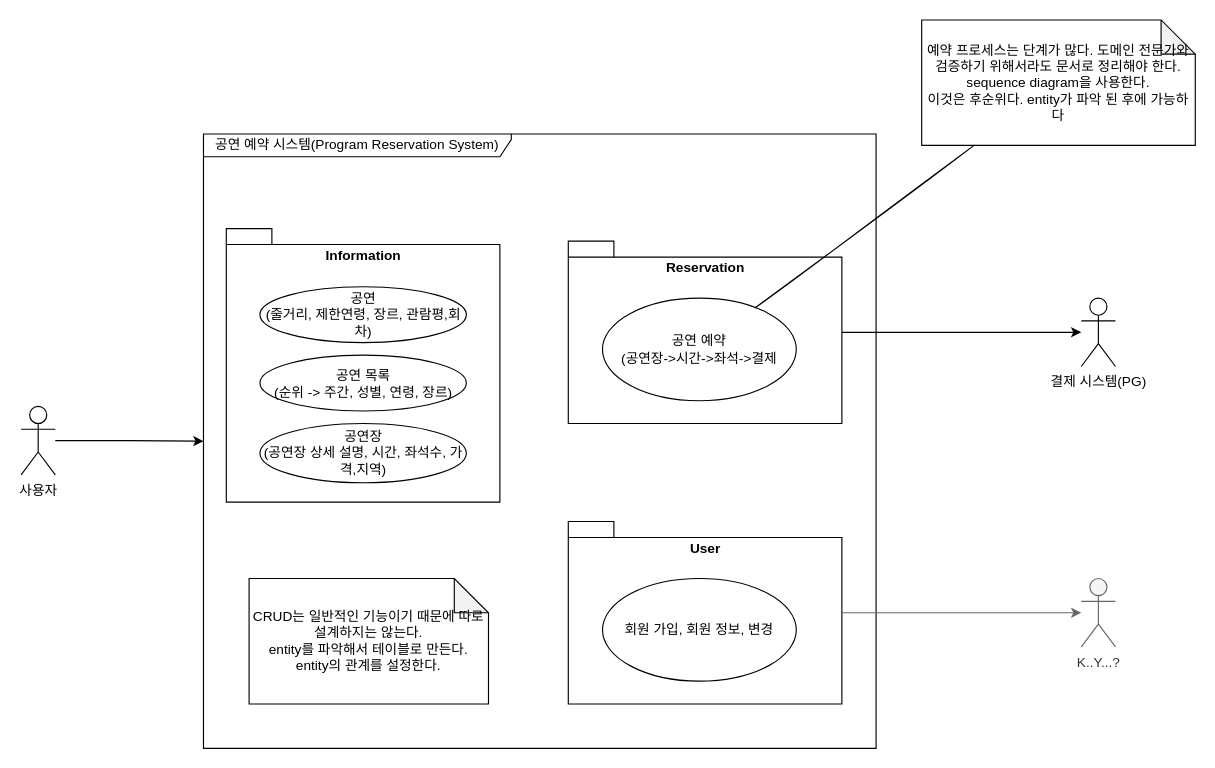
This is page "ST2" (3 of 3) of requirements.drawio from hunjuly/rehearsal, a draw.io file, before an edit. Source tidied: cells renumbered, new cells numbered last; positions are measured from the earlier drawing's top-left corner, leaving out a move shared by most shapes. Both pictures are drawn from the tidied source at 114%, with x=0, y=0 at pixel (21, 19).
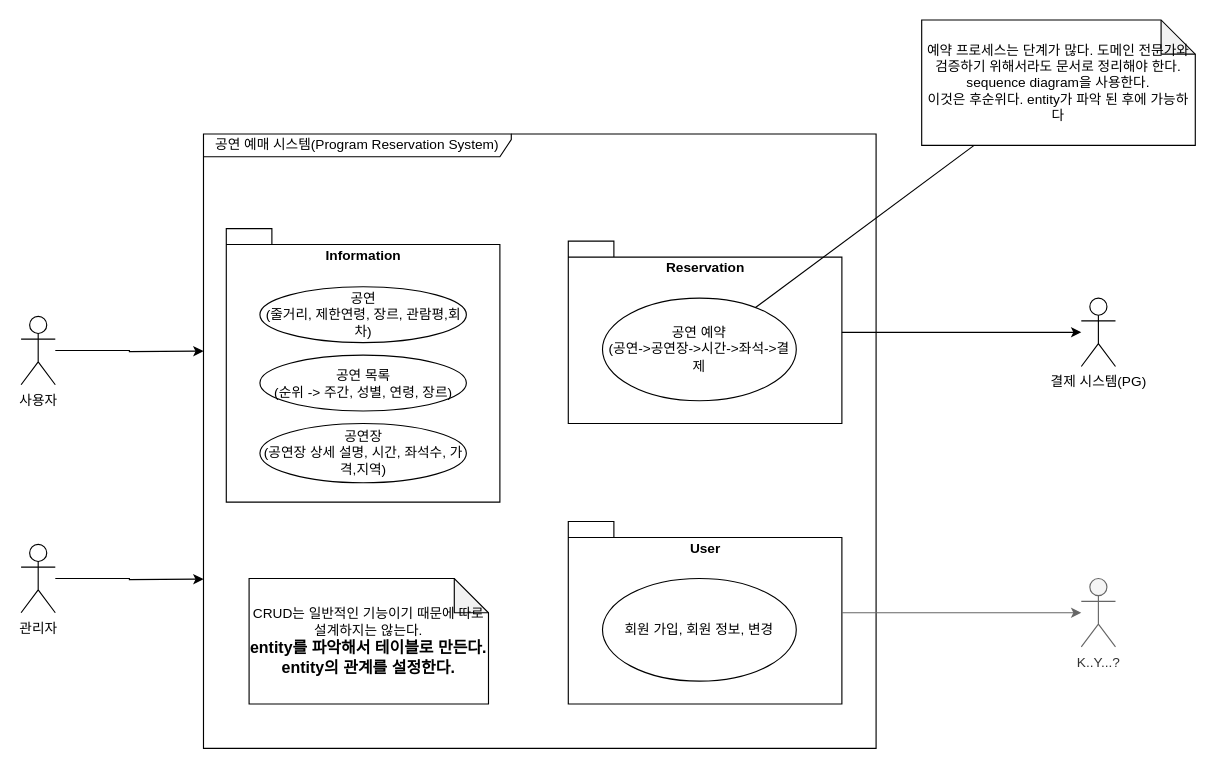
Above is the later version.

The change refers to these unchanged cells:
```xml
<mxCell id="5" style="group;" parent="1" vertex="1">
  <mxGeometry x="480" y="194" width="240" height="160" as="geometry" />
</mxCell>
<mxCell id="20" value="예약 프로세스는 단계가 많다. 도메인 전문가와 검증하기 위해서라도 문서로 정리해야 한다.&lt;br&gt;sequence diagram을 사용한다.&lt;br&gt;이것은 후순위다. entity가 파악 된 후에 가능하다" style="shape=note;whiteSpace=wrap;html=1;backgroundOutline=1;darkOpacity=0.05;shadow=0;strokeColor=default;" parent="1" vertex="1">
  <mxGeometry x="790" width="240" height="110" as="geometry" />
</mxCell>
```

The edit, as a diff of the source:
```diff
@@
-    <mxCell id="2" value="공연 예약 시스템(Program Reservation System)" style="shape=umlFrame;whiteSpace=wrap;html=1;width=270;height=20;" parent="1" vertex="1">
+    <mxCell id="2" value="공연 예매 시스템(Program Reservation System)" style="shape=umlFrame;whiteSpace=wrap;html=1;width=270;height=20;" parent="1" vertex="1">
       <mxGeometry x="160" y="100" width="590" height="539" as="geometry" />
     </mxCell>
-    <mxCell id="3" style="edgeStyle=orthogonalEdgeStyle;rounded=0;jettySize=auto;html=1;" parent="1" edge="1" source="4" target="2">
-      <mxGeometry relative="1" as="geometry" />
+    <mxCell id="3" style="edgeStyle=orthogonalEdgeStyle;rounded=0;jettySize=auto;html=1;" parent="1" edge="1" source="4">
+      <mxGeometry relative="1" as="geometry">
+        <mxPoint x="160" y="290.5" as="targetPoint" />
+      </mxGeometry>
     </mxCell>
     <mxCell id="4" value="사용자" style="shape=umlActor;verticalLabelPosition=bottom;verticalAlign=top;html=1;outlineConnect=0;" parent="1" vertex="1">
-      <mxGeometry y="339" width="30" height="60" as="geometry" />
+      <mxGeometry y="260" width="30" height="60" as="geometry" />
     </mxCell>
@@
-    <mxCell id="7" value="공연 예약&lt;br&gt;(공연장-&amp;gt;시간-&amp;gt;좌석-&amp;gt;결제" style="ellipse;whiteSpace=wrap;html=1;" parent="5" vertex="1">
+    <mxCell id="7" value="공연 예약&lt;br&gt;(공연-&amp;gt;공연장-&amp;gt;시간-&amp;gt;좌석-&amp;gt;결제" style="ellipse;whiteSpace=wrap;html=1;" parent="5" vertex="1">
       <mxGeometry x="30" y="50" width="170" height="90" as="geometry" />
     </mxCell>
@@
-    <mxCell id="19" value="CRUD는 일반적인 기능이기 때문에 따로 설계하지는 않는다.&lt;br&gt;entity를 파악해서 테이블로 만든다.&lt;br&gt;entity의 관계를 설정한다." style="shape=note;whiteSpace=wrap;html=1;backgroundOutline=1;darkOpacity=0.05;shadow=0;strokeColor=default;" parent="1" vertex="1">
+    <mxCell id="19" value="CRUD는 일반적인 기능이기 때문에 따로 설계하지는 않는다.&lt;br&gt;&lt;font style=&quot;font-size: 14px;&quot;&gt;&lt;b&gt;entity를 파악해서 테이블로 만든다.&lt;br&gt;entity의 관계를 설정한다.&lt;/b&gt;&lt;/font&gt;" style="shape=note;whiteSpace=wrap;html=1;backgroundOutline=1;darkOpacity=0.05;shadow=0;strokeColor=default;" parent="1" vertex="1">
       <mxGeometry x="200" y="490" width="210" height="110" as="geometry" />
     </mxCell>
@@
-    <mxCell id="21" style="endArrow=none;html=1;rounded=0;shadow=0;sketch=1;strokeColor=default;" parent="1" edge="1" source="7" target="20">
+    <mxCell id="21" style="endArrow=none;html=1;rounded=0;shadow=0;sketch=0;strokeColor=default;" parent="1" edge="1" source="7" target="20">
       <mxGeometry relative="1" as="geometry" />
     </mxCell>
+    <mxCell id="22" style="edgeStyle=orthogonalEdgeStyle;rounded=0;jettySize=auto;html=1;" parent="1" edge="1" source="23">
+      <mxGeometry relative="1" as="geometry">
+        <mxPoint x="160" y="490.5" as="targetPoint" />
+      </mxGeometry>
+    </mxCell>
+    <mxCell id="23" value="관리자" style="shape=umlActor;verticalLabelPosition=bottom;verticalAlign=top;html=1;outlineConnect=0;" parent="1" vertex="1">
+      <mxGeometry y="460" width="30" height="60" as="geometry" />
+    </mxCell>
```
